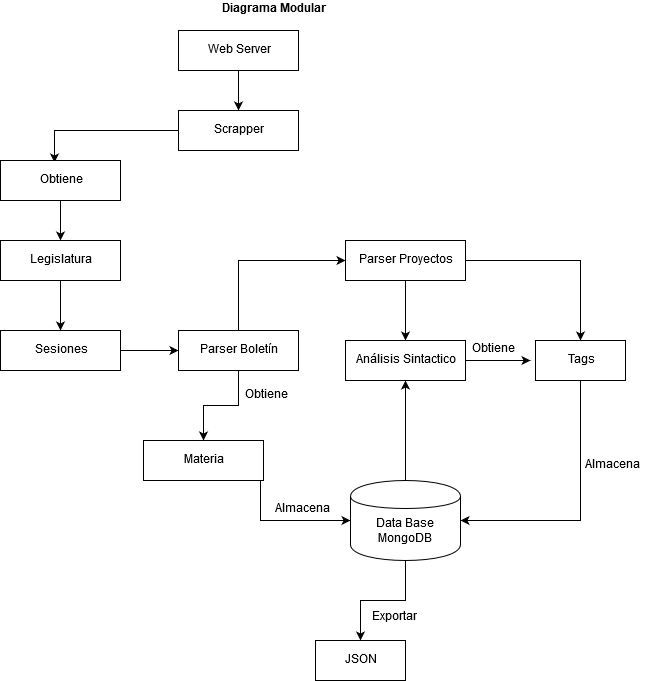
juanqpablo/QueVotan-Taller-III keeps this draw.io diagram as Diagramas/Diagrama Modular-v2.png. Above is the earlier version. Source tidied: cells renumbered, new cells last; positions are measured from the earlier drawing's top-left corner, leaving out a move shared by most shapes.
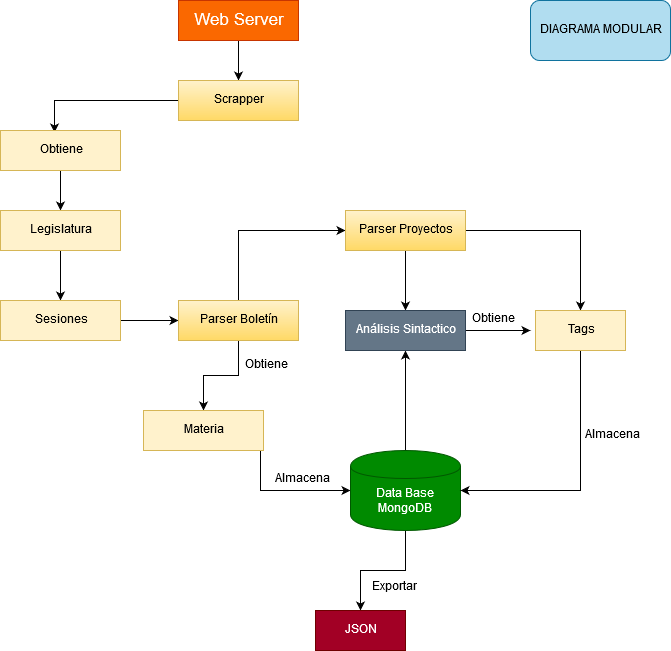
After the commit.

Commit message:
Diagrama Modular v2

Change to the diagram source:
```diff
@@ -5,34 +5,31 @@
     <mxCell id="2" style="edgeStyle=orthogonalEdgeStyle;rounded=0;jettySize=auto;html=1;exitX=0.5;exitY=1;exitDx=0;exitDy=0;entryX=0.5;entryY=0;entryDx=0;entryDy=0;" parent="1" edge="1" source="3" target="6">
       <mxGeometry relative="1" as="geometry" />
     </mxCell>
-    <mxCell id="3" value="Web Server" style="rounded=0;whiteSpace=wrap;html=1;" parent="1" vertex="1">
+    <mxCell id="3" value="&lt;font style=&quot;font-size: 17px&quot;&gt;Web Server&lt;/font&gt;" style="rounded=0;whiteSpace=wrap;html=1;fillColor=#fa6800;strokeColor=#C73500;fontColor=#ffffff;" parent="1" vertex="1">
       <mxGeometry x="178" y="30" width="120" height="40" as="geometry" />
     </mxCell>
-    <mxCell id="4" value="&lt;b&gt;Diagrama Modular&lt;/b&gt;" style="text;html=1;align=left;verticalAlign=top;spacingTop=-4;" parent="1" vertex="1">
-      <mxGeometry x="220" width="120" height="20" as="geometry" />
-    </mxCell>
     <mxCell id="5" style="edgeStyle=orthogonalEdgeStyle;rounded=0;jettySize=auto;html=1;exitX=0;exitY=0.5;exitDx=0;exitDy=0;entryX=0.45;entryY=0.05;entryDx=0;entryDy=0;entryPerimeter=0;" parent="1" edge="1" source="6" target="8">
       <mxGeometry relative="1" as="geometry" />
     </mxCell>
-    <mxCell id="6" value="Scrapper" style="rounded=0;whiteSpace=wrap;html=1;" parent="1" vertex="1">
+    <mxCell id="6" value="Scrapper" style="rounded=0;whiteSpace=wrap;html=1;fillColor=#fff2cc;strokeColor=#d6b656;gradientColor=#ffd966;" parent="1" vertex="1">
       <mxGeometry x="178" y="110" width="120" height="40" as="geometry" />
     </mxCell>
     <mxCell id="7" style="edgeStyle=orthogonalEdgeStyle;rounded=0;jettySize=auto;html=1;exitX=0.5;exitY=1;exitDx=0;exitDy=0;entryX=0.5;entryY=0;entryDx=0;entryDy=0;" parent="1" edge="1" source="8" target="10">
       <mxGeometry relative="1" as="geometry" />
     </mxCell>
-    <mxCell id="8" value="&lt;div&gt;Obtiene&lt;/div&gt;" style="rounded=0;whiteSpace=wrap;html=1;" parent="1" vertex="1">
+    <mxCell id="8" value="&lt;div&gt;Obtiene&lt;/div&gt;" style="rounded=0;whiteSpace=wrap;html=1;fillColor=#fff2cc;strokeColor=#d6b656;" parent="1" vertex="1">
       <mxGeometry y="160" width="120" height="40" as="geometry" />
     </mxCell>
     <mxCell id="9" style="edgeStyle=orthogonalEdgeStyle;rounded=0;jettySize=auto;html=1;exitX=0.5;exitY=1;exitDx=0;exitDy=0;entryX=0.5;entryY=0;entryDx=0;entryDy=0;" parent="1" edge="1" source="10" target="12">
       <mxGeometry relative="1" as="geometry" />
     </mxCell>
-    <mxCell id="10" value="Legislatura" style="rounded=0;whiteSpace=wrap;html=1;" parent="1" vertex="1">
+    <mxCell id="10" value="Legislatura" style="rounded=0;whiteSpace=wrap;html=1;fillColor=#fff2cc;strokeColor=#d6b656;" parent="1" vertex="1">
       <mxGeometry y="240" width="120" height="40" as="geometry" />
     </mxCell>
     <mxCell id="11" style="edgeStyle=orthogonalEdgeStyle;rounded=0;jettySize=auto;html=1;entryX=0;entryY=0.5;entryDx=0;entryDy=0;" parent="1" edge="1" source="12" target="15">
       <mxGeometry relative="1" as="geometry" />
     </mxCell>
-    <mxCell id="12" value="Sesiones" style="rounded=0;whiteSpace=wrap;html=1;" parent="1" vertex="1">
+    <mxCell id="12" value="Sesiones" style="rounded=0;whiteSpace=wrap;html=1;fillColor=#fff2cc;strokeColor=#d6b656;" parent="1" vertex="1">
       <mxGeometry y="330" width="120" height="40" as="geometry" />
     </mxCell>
     <mxCell id="13" style="edgeStyle=orthogonalEdgeStyle;rounded=0;jettySize=auto;html=1;exitX=0.5;exitY=1;exitDx=0;exitDy=0;entryX=0.5;entryY=0;entryDx=0;entryDy=0;" parent="1" edge="1" source="15" target="17">
@@ -41,7 +38,7 @@
     <mxCell id="14" style="edgeStyle=orthogonalEdgeStyle;rounded=0;jettySize=auto;html=1;exitX=0.5;exitY=0;exitDx=0;exitDy=0;entryX=0;entryY=0.5;entryDx=0;entryDy=0;" parent="1" edge="1" source="15" target="24">
       <mxGeometry relative="1" as="geometry" />
     </mxCell>
-    <mxCell id="15" value="Parser Boletín" style="rounded=0;whiteSpace=wrap;html=1;" parent="1" vertex="1">
+    <mxCell id="15" value="Parser Boletín" style="rounded=0;whiteSpace=wrap;html=1;fillColor=#fff2cc;strokeColor=#d6b656;gradientColor=#ffd966;" parent="1" vertex="1">
       <mxGeometry x="178" y="330" width="120" height="40" as="geometry" />
     </mxCell>
     <mxCell id="16" style="edgeStyle=orthogonalEdgeStyle;rounded=0;jettySize=auto;html=1;" parent="1" edge="1" source="17">
@@ -52,7 +49,7 @@
         </Array>
       </mxGeometry>
     </mxCell>
-    <mxCell id="17" value="Materia" style="rounded=0;whiteSpace=wrap;html=1;" parent="1" vertex="1">
+    <mxCell id="17" value="Materia" style="rounded=0;whiteSpace=wrap;html=1;fillColor=#fff2cc;strokeColor=#d6b656;" parent="1" vertex="1">
       <mxGeometry x="143" y="440" width="120" height="40" as="geometry" />
     </mxCell>
     <mxCell id="18" style="edgeStyle=orthogonalEdgeStyle;rounded=0;jettySize=auto;html=1;exitX=0.5;exitY=0;exitDx=0;exitDy=0;entryX=0.5;entryY=1;entryDx=0;entryDy=0;" parent="1" edge="1" source="20" target="26">
@@ -63,7 +60,7 @@
         <mxPoint x="360" y="640" as="targetPoint" />
       </mxGeometry>
     </mxCell>
-    <mxCell id="20" value="&lt;div&gt;Data Base &lt;br&gt;&lt;/div&gt;&lt;div&gt;MongoDB&lt;br&gt;&lt;/div&gt;" style="shape=cylinder;whiteSpace=wrap;html=1;boundedLbl=1;backgroundOutline=1;" parent="1" vertex="1">
+    <mxCell id="20" value="&lt;div&gt;Data Base &lt;br&gt;&lt;/div&gt;&lt;div&gt;MongoDB&lt;br&gt;&lt;/div&gt;" style="shape=cylinder;whiteSpace=wrap;html=1;boundedLbl=1;backgroundOutline=1;fillColor=#008a00;strokeColor=#005700;fontColor=#ffffff;" parent="1" vertex="1">
       <mxGeometry x="350" y="480" width="110" height="80" as="geometry" />
     </mxCell>
     <mxCell id="21" value="Obtiene" style="text;html=1;align=left;verticalAlign=top;spacingTop=-4;" parent="1" vertex="1">
@@ -75,7 +72,7 @@
     <mxCell id="23" style="edgeStyle=orthogonalEdgeStyle;rounded=0;jettySize=auto;html=1;entryX=0.5;entryY=0;entryDx=0;entryDy=0;" parent="1" edge="1" source="24" target="30">
       <mxGeometry relative="1" as="geometry" />
     </mxCell>
-    <mxCell id="24" value="Parser Proyectos" style="rounded=0;whiteSpace=wrap;html=1;" parent="1" vertex="1">
+    <mxCell id="24" value="Parser Proyectos" style="rounded=0;whiteSpace=wrap;html=1;fillColor=#fff2cc;strokeColor=#d6b656;gradientColor=#ffd966;" parent="1" vertex="1">
       <mxGeometry x="345" y="240" width="120" height="40" as="geometry" />
     </mxCell>
     <mxCell id="25" style="edgeStyle=orthogonalEdgeStyle;rounded=0;jettySize=auto;html=1;" parent="1" edge="1" source="26">
@@ -83,7 +80,7 @@
         <mxPoint x="530" y="360" as="targetPoint" />
       </mxGeometry>
     </mxCell>
-    <mxCell id="26" value="Análisis Sintactico" style="rounded=0;whiteSpace=wrap;html=1;" parent="1" vertex="1">
+    <mxCell id="26" value="Análisis Sintactico" style="rounded=0;whiteSpace=wrap;html=1;fillColor=#647687;strokeColor=#314354;fontColor=#ffffff;" parent="1" vertex="1">
       <mxGeometry x="345" y="340" width="120" height="40" as="geometry" />
     </mxCell>
     <mxCell id="27" value="Almacena" style="text;html=1;align=left;verticalAlign=top;spacingTop=-4;" parent="1" vertex="1">
@@ -95,17 +92,20 @@
     <mxCell id="29" style="edgeStyle=orthogonalEdgeStyle;rounded=0;jettySize=auto;html=1;exitX=0.5;exitY=1;exitDx=0;exitDy=0;entryX=1;entryY=0.5;entryDx=0;entryDy=0;" parent="1" edge="1" source="30" target="20">
       <mxGeometry relative="1" as="geometry" />
     </mxCell>
-    <mxCell id="30" value="&lt;div&gt;Tags&lt;/div&gt;" style="rounded=0;whiteSpace=wrap;html=1;" parent="1" vertex="1">
+    <mxCell id="30" value="&lt;div&gt;Tags&lt;/div&gt;" style="rounded=0;whiteSpace=wrap;html=1;fillColor=#fff2cc;strokeColor=#d6b656;" parent="1" vertex="1">
       <mxGeometry x="535" y="340" width="90" height="40" as="geometry" />
     </mxCell>
     <mxCell id="31" value="Exportar" style="text;html=1;align=left;verticalAlign=top;spacingTop=-4;" parent="1" vertex="1">
       <mxGeometry x="370" y="608" width="60" height="20" as="geometry" />
     </mxCell>
-    <mxCell id="32" value="JSON" style="rounded=0;whiteSpace=wrap;html=1;" parent="1" vertex="1">
+    <mxCell id="32" value="JSON" style="rounded=0;whiteSpace=wrap;html=1;fillColor=#a20025;strokeColor=#6F0000;fontColor=#ffffff;" parent="1" vertex="1">
       <mxGeometry x="315" y="640" width="90" height="40" as="geometry" />
     </mxCell>
     <mxCell id="33" value="Almacena" style="text;html=1;align=left;verticalAlign=top;spacingTop=-4;" parent="1" vertex="1">
       <mxGeometry x="583" y="456" width="70" height="20" as="geometry" />
     </mxCell>
+    <mxCell id="34" value="DIAGRAMA MODULAR" style="rounded=1;whiteSpace=wrap;html=1;fillColor=#b1ddf0;strokeColor=#10739e;" parent="1" vertex="1">
+      <mxGeometry x="530" y="30" width="140" height="60" as="geometry" />
+    </mxCell>
   </root>
 </mxGraphModel>
```
